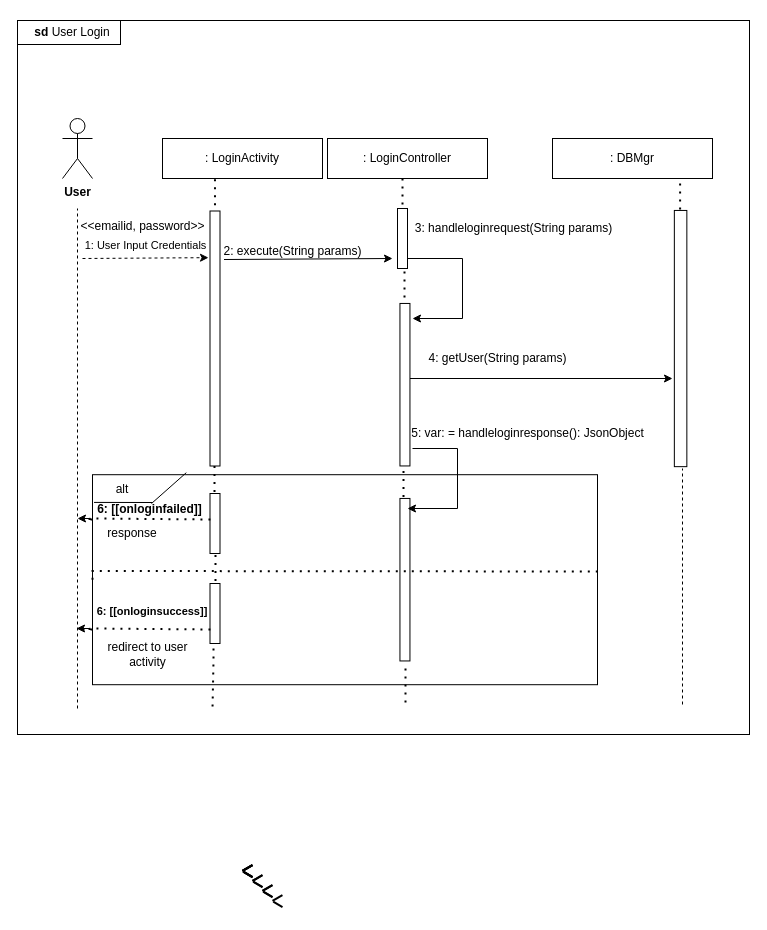
Before: Login.drawio in AvinashMahala/SE1_Project, a draw.io diagram. Source tidied: cells renumbered, new cells numbered last; positions are measured from the earlier drawing's top-left corner, leaving out a move shared by most shapes. Both pictures are drawn from the tidied source at 100%, with x=0, y=0 at pixel (17, 17).
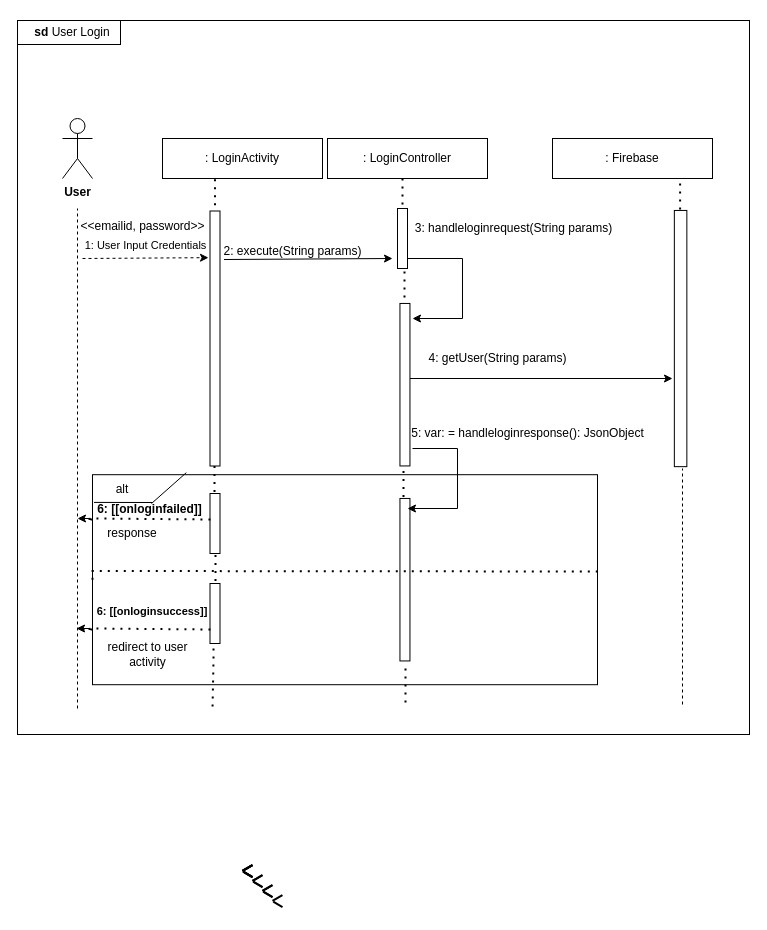
After the change.

Diff of the diagram source:
```diff
@@
-    <mxCell id="8" value=": DBMgr" style="rounded=0;whiteSpace=wrap;html=1;" parent="1" vertex="1">
+    <mxCell id="8" value=": Firebase" style="rounded=0;whiteSpace=wrap;html=1;" parent="1" vertex="1">
       <mxGeometry x="535" y="121" width="160" height="40" as="geometry" />
     </mxCell>
```
